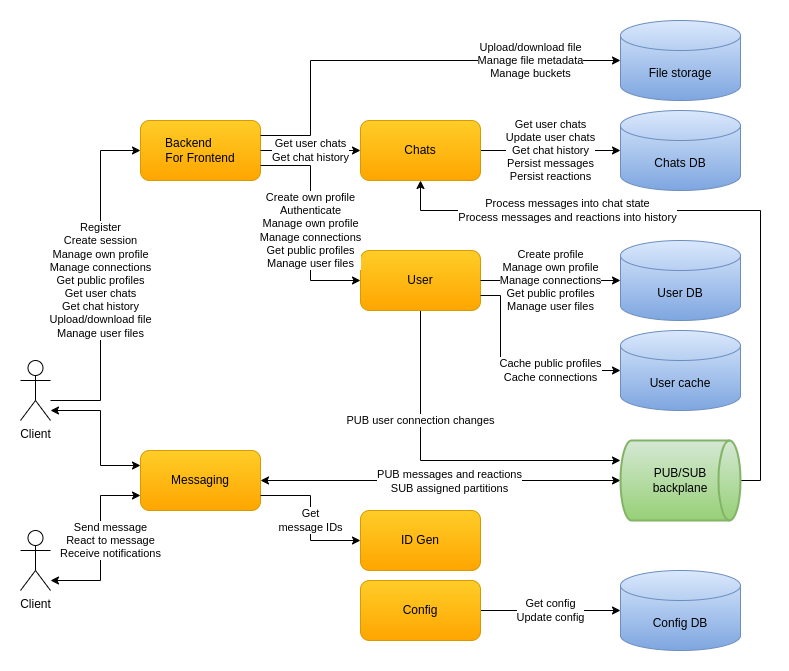
cvetomir-todorov/CecoChat keeps this draw.io diagram as docs/images/cecochat-overall.png. Above is the earlier version. Source tidied: cells renumbered, new cells last; positions are measured from the earlier drawing's top-left corner, leaving out a move shared by most shapes.
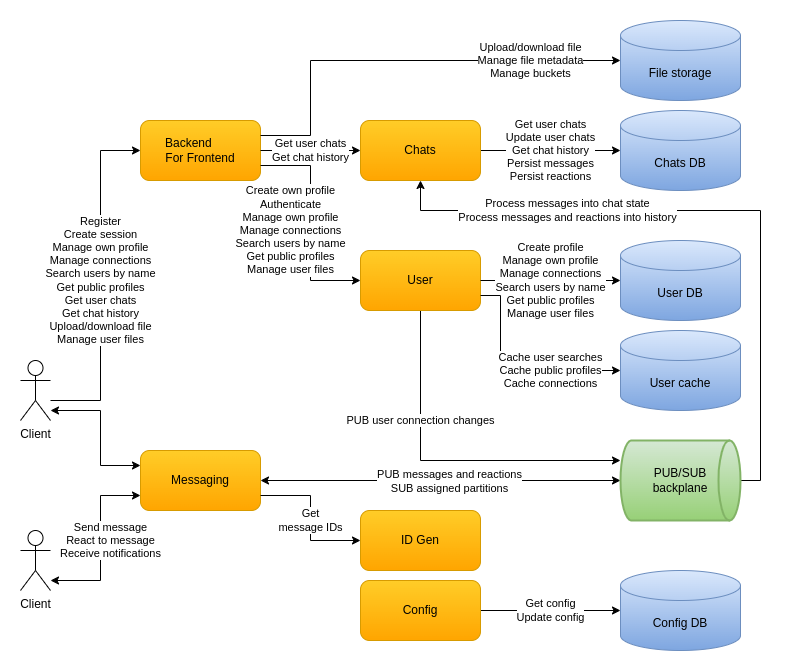
The same diagram one commit later.

Commit message:
Update diagram images with support for searching users by name

Change to the diagram source:
```diff
@@ -10,7 +10,7 @@
         </Array>
       </mxGeometry>
     </mxCell>
-    <mxCell id="3" value="Register&lt;br&gt;Create session&lt;br&gt;Manage own&amp;nbsp;profile&lt;br&gt;Manage connections&lt;br&gt;Get public profiles&lt;br style=&quot;border-color: var(--border-color);&quot;&gt;Get user chats&lt;br&gt;Get chat history&lt;br&gt;Upload/download file&lt;br&gt;Manage user files" style="edgeStyle=orthogonalEdgeStyle;rounded=0;jettySize=auto;html=1;entryX=0;entryY=0.5;entryDx=0;entryDy=0;" parent="1" edge="1" source="4" target="19">
+    <mxCell id="3" value="Register&lt;br&gt;Create session&lt;br&gt;Manage own&amp;nbsp;profile&lt;br&gt;Manage connections&lt;br&gt;Search users by name&lt;br&gt;Get public profiles&lt;br style=&quot;border-color: var(--border-color);&quot;&gt;Get user chats&lt;br&gt;Get chat history&lt;br&gt;Upload/download file&lt;br&gt;Manage user files" style="edgeStyle=orthogonalEdgeStyle;rounded=0;jettySize=auto;html=1;entryX=0;entryY=0.5;entryDx=0;entryDy=0;" parent="1" edge="1" source="4" target="19">
       <mxGeometry relative="1" as="geometry">
         <Array as="points">
           <mxPoint x="80" y="380" />
@@ -98,11 +98,11 @@
     <mxCell id="23" value="User DB" style="shape=cylinder3;whiteSpace=wrap;html=1;boundedLbl=1;backgroundOutline=1;size=15;gradientColor=#7ea6e0;fillColor=#dae8fc;strokeColor=#6c8ebf;" parent="1" vertex="1">
       <mxGeometry x="600" y="220" width="120" height="80" as="geometry" />
     </mxCell>
-    <mxCell id="24" value="&lt;font style=&quot;font-size: 11px&quot;&gt;Create profile&lt;br&gt;Manage own profile&lt;br style=&quot;border-color: var(--border-color);&quot;&gt;Manage connections&lt;br&gt;Get public profiles&lt;br&gt;Manage user files&lt;br&gt;&lt;/font&gt;" style="rounded=0;jettySize=auto;html=1;entryX=0;entryY=0.5;entryDx=0;entryDy=0;entryPerimeter=0;startArrow=none;startFill=0;exitX=1;exitY=0.5;exitDx=0;exitDy=0;edgeStyle=orthogonalEdgeStyle;" parent="1" edge="1" source="22" target="23">
+    <mxCell id="24" value="&lt;font style=&quot;font-size: 11px&quot;&gt;Create profile&lt;br&gt;Manage own profile&lt;br style=&quot;border-color: var(--border-color);&quot;&gt;Manage connections&lt;br&gt;Search users by name&lt;br&gt;Get public profiles&lt;br&gt;Manage user files&lt;br&gt;&lt;/font&gt;" style="rounded=0;jettySize=auto;html=1;entryX=0;entryY=0.5;entryDx=0;entryDy=0;entryPerimeter=0;startArrow=none;startFill=0;exitX=1;exitY=0.5;exitDx=0;exitDy=0;edgeStyle=orthogonalEdgeStyle;" parent="1" edge="1" source="22" target="23">
       <mxGeometry relative="1" as="geometry" />
     </mxCell>
-    <mxCell id="25" value="Create own profile&lt;br style=&quot;border-color: var(--border-color);&quot;&gt;Authenticate&lt;br style=&quot;border-color: var(--border-color);&quot;&gt;Manage own profile&lt;br style=&quot;border-color: var(--border-color);&quot;&gt;Manage connections&lt;br&gt;Get public profiles&lt;br&gt;Manage user files" style="endArrow=classic;html=1;entryX=0;entryY=0.5;entryDx=0;entryDy=0;exitX=1;exitY=0.75;exitDx=0;exitDy=0;rounded=0;edgeStyle=orthogonalEdgeStyle;" parent="1" edge="1" source="19" target="22">
-      <mxGeometry x="0.07" relative="1" as="geometry">
+    <mxCell id="25" value="Create own profile&lt;br style=&quot;border-color: var(--border-color);&quot;&gt;Authenticate&lt;br style=&quot;border-color: var(--border-color);&quot;&gt;Manage own profile&lt;br style=&quot;border-color: var(--border-color);&quot;&gt;Manage connections&lt;br&gt;Search users by name&lt;br&gt;Get public profiles&lt;br&gt;Manage user files" style="endArrow=classic;html=1;entryX=0;entryY=0.5;entryDx=0;entryDy=0;exitX=1;exitY=0.75;exitDx=0;exitDy=0;rounded=0;edgeStyle=orthogonalEdgeStyle;" parent="1" edge="1" source="19" target="22">
+      <mxGeometry x="0.07" y="-20" relative="1" as="geometry">
         <Array as="points">
           <mxPoint x="290" y="145" />
           <mxPoint x="290" y="260" />
@@ -112,7 +112,7 @@
     <mxCell id="26" value="User cache" style="shape=cylinder3;whiteSpace=wrap;html=1;boundedLbl=1;backgroundOutline=1;size=15;gradientColor=#7ea6e0;fillColor=#dae8fc;strokeColor=#6c8ebf;" parent="1" vertex="1">
       <mxGeometry x="600" y="310" width="120" height="80" as="geometry" />
     </mxCell>
-    <mxCell id="27" value="Cache public profiles&lt;br style=&quot;border-color: var(--border-color);&quot;&gt;Cache connections" style="rounded=0;jettySize=auto;html=1;entryX=0;entryY=0.5;entryDx=0;entryDy=0;entryPerimeter=0;exitX=1;exitY=0.75;exitDx=0;exitDy=0;edgeStyle=orthogonalEdgeStyle;" parent="1" edge="1" source="22" target="26">
+    <mxCell id="27" value="Cache user searches&lt;br&gt;Cache public profiles&lt;br style=&quot;border-color: var(--border-color);&quot;&gt;Cache connections" style="rounded=0;jettySize=auto;html=1;entryX=0;entryY=0.5;entryDx=0;entryDy=0;entryPerimeter=0;exitX=1;exitY=0.75;exitDx=0;exitDy=0;edgeStyle=orthogonalEdgeStyle;" parent="1" edge="1" source="22" target="26">
       <mxGeometry x="0.35" relative="1" as="geometry">
         <Array as="points">
           <mxPoint x="480" y="275" />
```
